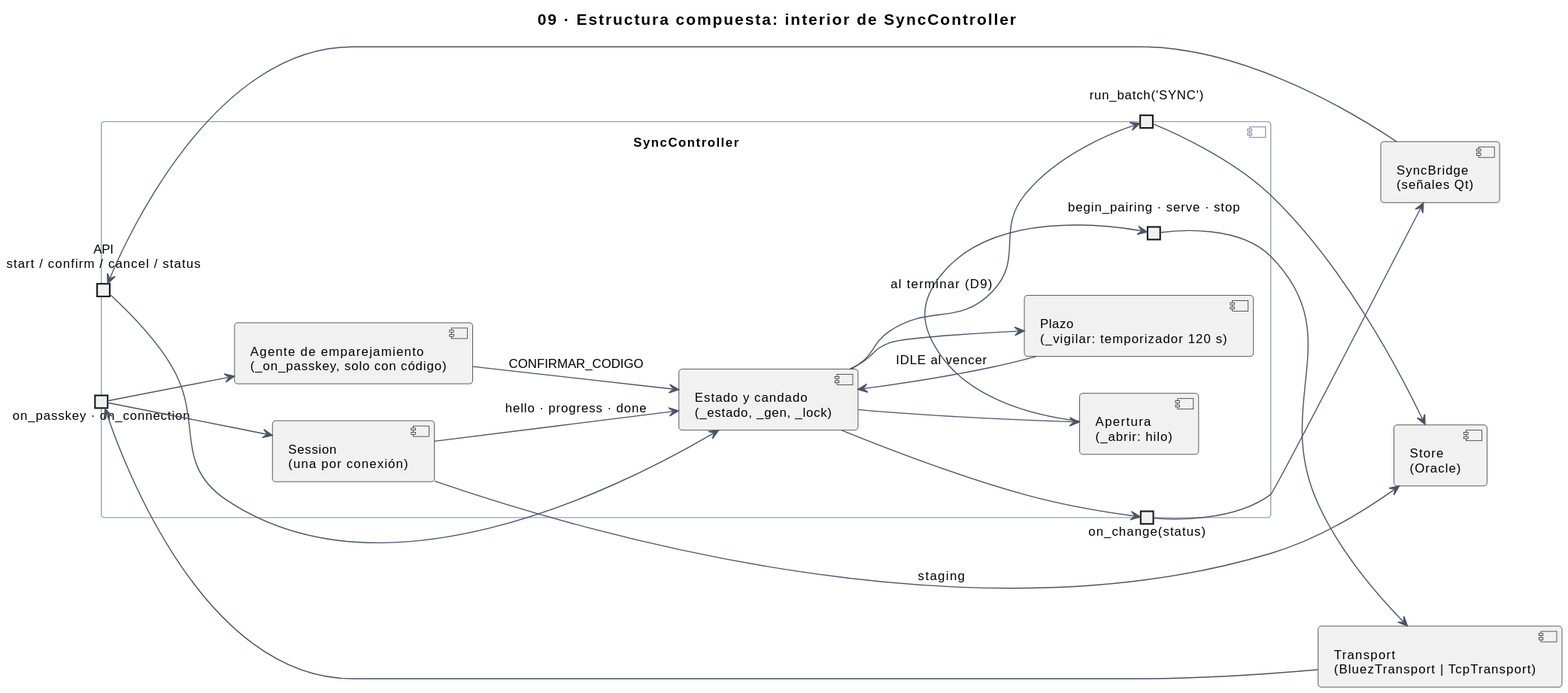
Before: docs/img/uml/09-estructura-compuesta.svg, a diagram exported from PlantUML (sebas-archive/kardex-bt).
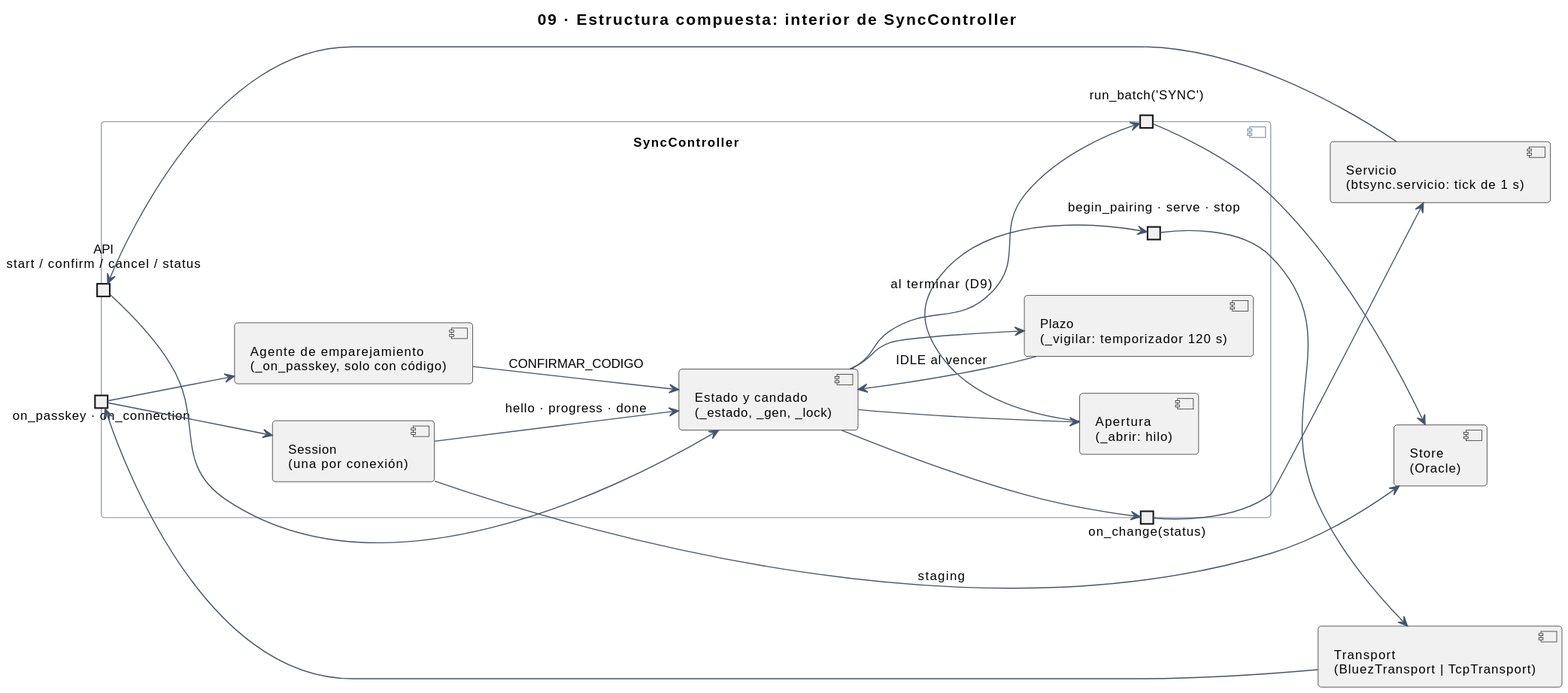
After the change.

The edit, as a diff of the source:
```diff
@@ -3,7 +3,7 @@
 title 09 · Estructura compuesta: interior de SyncController
 left to right direction
 
-component "SyncBridge\n(señales Qt)" as bridge
+component "Servicio\n(btsync.servicio: tick de 1 s)" as bridge
 component "Transport\n(BluezTransport | TcpTransport)" as transporte
 component "Store\n(Oracle)" as repo
 
```
